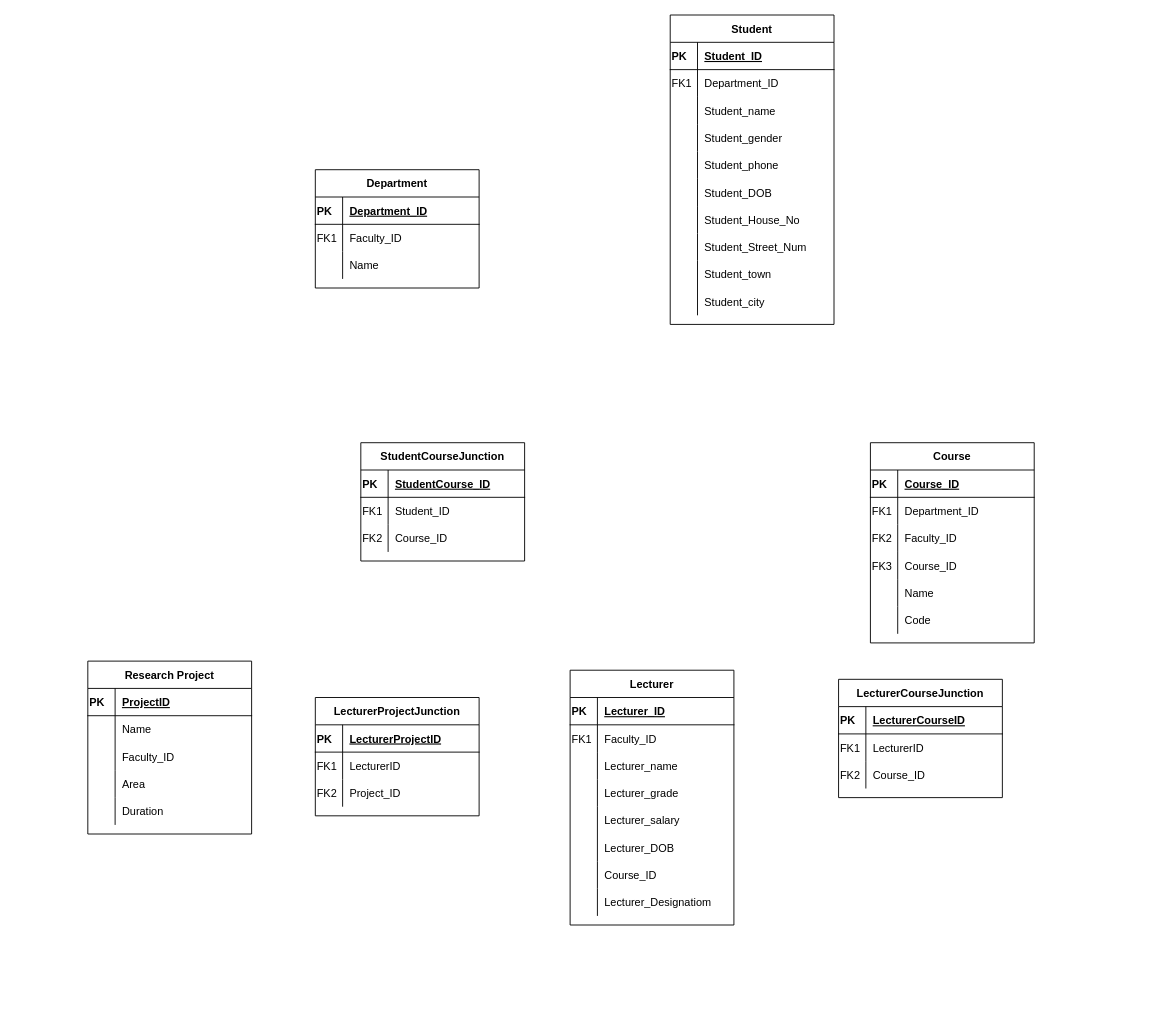
Before: page "Daily_Challenge" (4 of 4) of mysej.drawio in ahmadanwar93/SET-day-22, a draw.io diagram. Source tidied: cells renumbered, new cells numbered last; positions are measured from the earlier drawing's top-left corner, leaving out a move shared by most shapes. Both pictures are drawn from the tidied source at 91%, with x=0, y=0 at pixel (87, 15).
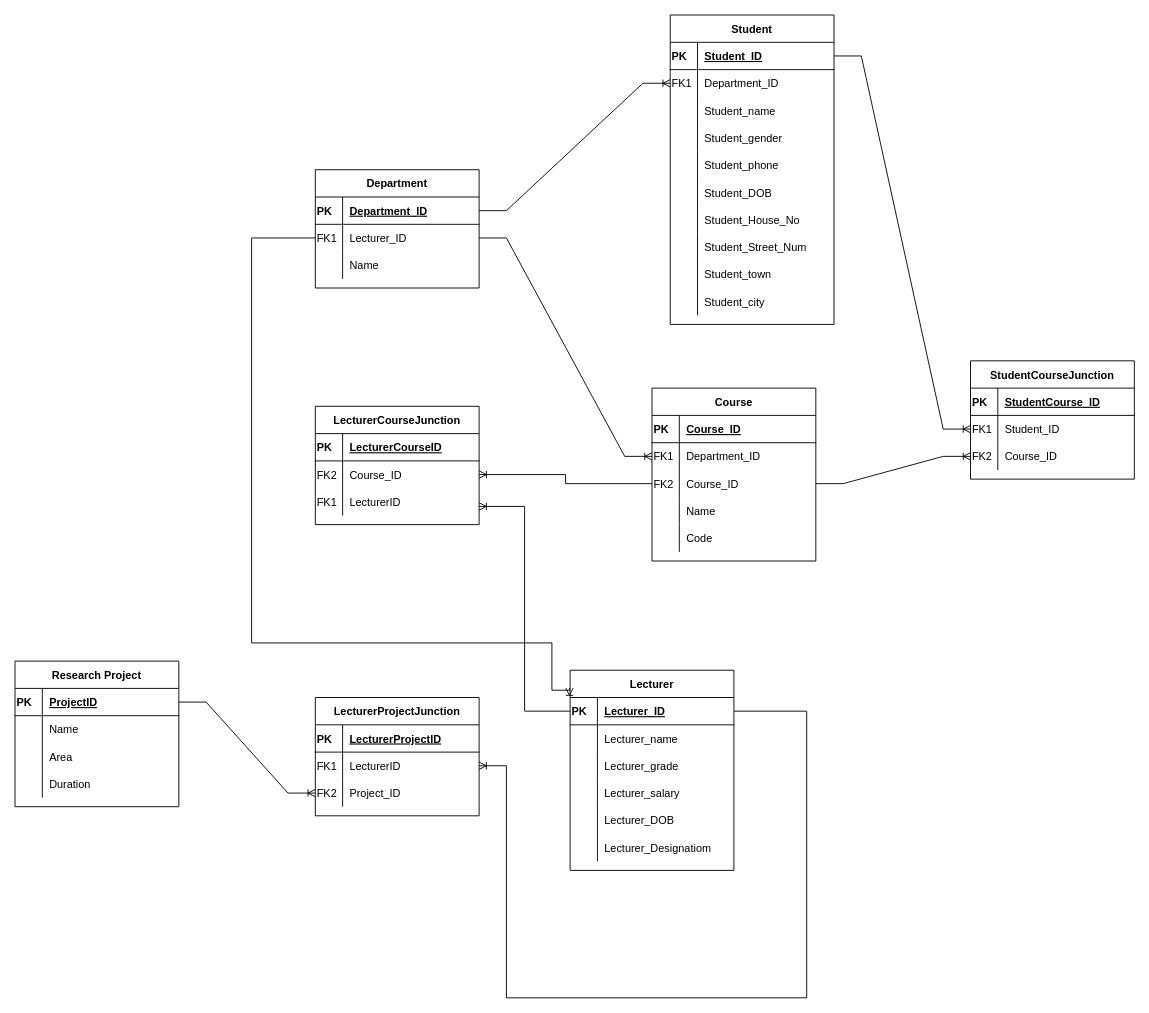
The same diagram, later.

The change refers to these unchanged cells:
```xml
<mxCell id="3" style="shape=partialRectangle;fillColor=none;top=0;left=0;bottom=1;right=0;points=[[0,0.5],[1,0.5]];portConstraint=eastwest;align=left;" parent="2" vertex="1">
  <mxGeometry y="30" width="180" height="30" as="geometry" />
</mxCell>
<mxCell id="6" style="shape=partialRectangle;fillColor=none;top=0;left=0;bottom=0;right=0;points=[[0,0.5],[1,0.5]];portConstraint=eastwest;align=left;" parent="2" vertex="1">
  <mxGeometry y="60" width="180" height="30" as="geometry" />
</mxCell>
<mxCell id="34" style="shape=partialRectangle;fillColor=none;top=0;left=0;bottom=1;right=0;points=[[0,0.5],[1,0.5]];portConstraint=eastwest;align=left;" parent="33" vertex="1">
  <mxGeometry y="30" width="180" height="30" as="geometry" />
</mxCell>
<mxCell id="37" style="shape=partialRectangle;fillColor=none;top=0;left=0;bottom=0;right=0;points=[[0,0.5],[1,0.5]];portConstraint=eastwest;align=left;" parent="33" vertex="1">
  <mxGeometry y="60" width="180" height="30" as="geometry" />
</mxCell>
<mxCell id="47" style="shape=partialRectangle;fillColor=none;top=0;left=0;bottom=0;right=0;points=[[0,0.5],[1,0.5]];portConstraint=eastwest;align=left;" parent="43" vertex="1">
  <mxGeometry y="60" width="180" height="30" as="geometry" />
</mxCell>
<mxCell id="66" style="shape=partialRectangle;fillColor=none;top=0;left=0;bottom=0;right=0;points=[[0,0.5],[1,0.5]];portConstraint=eastwest;align=left;" parent="62" vertex="1">
  <mxGeometry y="60" width="180" height="30" as="geometry" />
</mxCell>
<mxCell id="69" style="shape=partialRectangle;fillColor=none;top=0;left=0;bottom=0;right=0;points=[[0,0.5],[1,0.5]];portConstraint=eastwest;align=left;" parent="62" vertex="1">
  <mxGeometry y="90" width="180" height="30" as="geometry" />
</mxCell>
<mxCell id="73" style="shape=partialRectangle;fillColor=none;top=0;left=0;bottom=1;right=0;points=[[0,0.5],[1,0.5]];portConstraint=eastwest;align=left;" parent="72" vertex="1">
  <mxGeometry y="30" width="180" height="30" as="geometry" />
</mxCell>
<mxCell id="98" style="shape=partialRectangle;fillColor=none;top=0;left=0;bottom=1;right=0;points=[[0,0.5],[1,0.5]];portConstraint=eastwest;align=left;" parent="97" vertex="1">
  <mxGeometry y="30" width="180" height="30" as="geometry" />
</mxCell>
<mxCell id="127" style="shape=partialRectangle;fillColor=none;top=0;left=0;bottom=0;right=0;points=[[0,0.5],[1,0.5]];portConstraint=eastwest;align=left;" parent="123" vertex="1">
  <mxGeometry y="60" width="180" height="30" as="geometry" />
</mxCell>
<mxCell id="130" style="shape=partialRectangle;fillColor=none;top=0;left=0;bottom=0;right=0;points=[[0,0.5],[1,0.5]];portConstraint=eastwest;align=left;" parent="123" vertex="1">
  <mxGeometry y="90" width="180" height="30" as="geometry" />
</mxCell>
```

What changed in the source:
```diff
@@
-    <mxCell id="39" value="Faculty_ID" style="shape=partialRectangle;fillColor=none;top=0;left=0;bottom=0;right=0;align=left;spacingLeft=6;overflow=hidden;" parent="37" vertex="1">
+    <mxCell id="39" value="Lecturer_ID" style="shape=partialRectangle;fillColor=none;top=0;left=0;bottom=0;right=0;align=left;spacingLeft=6;overflow=hidden;" parent="37" vertex="1">
       <mxGeometry x="30" width="150" height="30" as="geometry" />
     </mxCell>
@@
     <mxCell id="43" value="Course" style="shape=table;startSize=30;childLayout=tableLayout;rowLines=0;fontStyle=1;align=center;" parent="1" vertex="1">
-      <mxGeometry x="860" y="470" width="180" height="220" as="geometry" />
+      <mxGeometry x="620" y="410" width="180" height="190" as="geometry" />
     </mxCell>
@@
-    <mxCell id="50" style="shape=partialRectangle;fillColor=none;top=0;left=0;bottom=0;right=0;align=left;" parent="43" vertex="1">
-      <mxGeometry y="90" width="180" height="30" as="geometry" />
-    </mxCell>
-    <mxCell id="51" value="FK2" style="shape=partialRectangle;fillColor=none;top=0;left=0;bottom=0;right=0;overflow=hidden;align=left;" parent="50" vertex="1">
-      <mxGeometry width="30" height="30" as="geometry" />
-    </mxCell>
-    <mxCell id="52" value="Faculty_ID" style="shape=partialRectangle;fillColor=none;top=0;left=0;bottom=0;right=0;align=left;spacingLeft=6;overflow=hidden;" parent="50" vertex="1">
-      <mxGeometry x="30" width="150" height="30" as="geometry" />
-    </mxCell>
     <mxCell id="53" style="shape=partialRectangle;fillColor=none;top=0;left=0;bottom=0;right=0;points=[[0,0.5],[1,0.5]];portConstraint=eastwest;align=left;" parent="43" vertex="1">
-      <mxGeometry y="120" width="180" height="30" as="geometry" />
+      <mxGeometry y="90" width="180" height="30" as="geometry" />
     </mxCell>
-    <mxCell id="54" value="FK3" style="shape=partialRectangle;fillColor=none;top=0;left=0;bottom=0;right=0;overflow=hidden;align=left;" parent="53" vertex="1">
+    <mxCell id="54" value="FK2" style="shape=partialRectangle;fillColor=none;top=0;left=0;bottom=0;right=0;overflow=hidden;align=left;" parent="53" vertex="1">
       <mxGeometry width="30" height="30" as="geometry" />
     </mxCell>
@@
     <mxCell id="56" style="shape=partialRectangle;fillColor=none;top=0;left=0;bottom=0;right=0;align=left;" parent="43" vertex="1">
-      <mxGeometry y="150" width="180" height="30" as="geometry" />
+      <mxGeometry y="120" width="180" height="30" as="geometry" />
     </mxCell>
@@
     <mxCell id="59" style="shape=partialRectangle;fillColor=none;top=0;left=0;bottom=0;right=0;align=left;" parent="43" vertex="1">
-      <mxGeometry y="180" width="180" height="30" as="geometry" />
+      <mxGeometry y="150" width="180" height="30" as="geometry" />
     </mxCell>
@@
     <mxCell id="62" value="StudentCourseJunction" style="shape=table;startSize=30;childLayout=tableLayout;rowLines=0;fontStyle=1;align=center;" parent="1" vertex="1">
-      <mxGeometry x="300" y="470" width="180" height="130" as="geometry" />
+      <mxGeometry x="970" y="380" width="180" height="130" as="geometry" />
     </mxCell>
@@
     <mxCell id="72" value="Lecturer" style="shape=table;startSize=30;childLayout=tableLayout;rowLines=0;fontStyle=1;align=center;" parent="1" vertex="1">
-      <mxGeometry x="530" y="720" width="180" height="280" as="geometry" />
+      <mxGeometry x="530" y="720" width="180" height="220" as="geometry" />
     </mxCell>
@@
-    <mxCell id="76" style="shape=partialRectangle;fillColor=none;top=0;left=0;bottom=0;right=0;align=left;" parent="72" vertex="1">
-      <mxGeometry y="60" width="180" height="30" as="geometry" />
-    </mxCell>
-    <mxCell id="77" value="FK1" style="shape=partialRectangle;fillColor=none;top=0;left=0;bottom=0;right=0;overflow=hidden;align=left;" parent="76" vertex="1">
-      <mxGeometry width="30" height="30" as="geometry" />
-    </mxCell>
-    <mxCell id="78" value="Faculty_ID" style="shape=partialRectangle;fillColor=none;top=0;left=0;bottom=0;right=0;align=left;spacingLeft=6;overflow=hidden;" parent="76" vertex="1">
-      <mxGeometry x="30" width="150" height="30" as="geometry" />
-    </mxCell>
     <mxCell id="79" style="shape=partialRectangle;fillColor=none;top=0;left=0;bottom=0;right=0;align=left;" parent="72" vertex="1">
-      <mxGeometry y="90" width="180" height="30" as="geometry" />
+      <mxGeometry y="60" width="180" height="30" as="geometry" />
     </mxCell>
@@
     <mxCell id="82" style="shape=partialRectangle;fillColor=none;top=0;left=0;bottom=0;right=0;align=left;" parent="72" vertex="1">
-      <mxGeometry y="120" width="180" height="30" as="geometry" />
+      <mxGeometry y="90" width="180" height="30" as="geometry" />
     </mxCell>
@@
     <mxCell id="85" style="shape=partialRectangle;fillColor=none;top=0;left=0;bottom=0;right=0;align=left;" parent="72" vertex="1">
-      <mxGeometry y="150" width="180" height="30" as="geometry" />
+      <mxGeometry y="120" width="180" height="30" as="geometry" />
     </mxCell>
@@
     <mxCell id="88" style="shape=partialRectangle;fillColor=none;top=0;left=0;bottom=0;right=0;align=left;" parent="72" vertex="1">
-      <mxGeometry y="180" width="180" height="30" as="geometry" />
+      <mxGeometry y="150" width="180" height="30" as="geometry" />
     </mxCell>
@@
-    <mxCell id="91" style="shape=partialRectangle;fillColor=none;top=0;left=0;bottom=0;right=0;align=left;" parent="72" vertex="1">
-      <mxGeometry y="210" width="180" height="30" as="geometry" />
-    </mxCell>
-    <mxCell id="92" style="shape=partialRectangle;fillColor=none;top=0;left=0;bottom=0;right=0;overflow=hidden;align=left;" parent="91" vertex="1">
-      <mxGeometry width="30" height="30" as="geometry" />
-    </mxCell>
-    <mxCell id="93" value="Course_ID" style="shape=partialRectangle;fillColor=none;top=0;left=0;bottom=0;right=0;align=left;spacingLeft=6;overflow=hidden;" parent="91" vertex="1">
-      <mxGeometry x="30" width="150" height="30" as="geometry" />
-    </mxCell>
     <mxCell id="94" style="shape=partialRectangle;fillColor=none;top=0;left=0;bottom=0;right=0;align=left;" parent="72" vertex="1">
-      <mxGeometry y="240" width="180" height="30" as="geometry" />
+      <mxGeometry y="180" width="180" height="30" as="geometry" />
     </mxCell>
@@
     <mxCell id="97" value="Research Project" style="shape=table;startSize=30;childLayout=tableLayout;rowLines=0;fontStyle=1;align=center;" parent="1" vertex="1">
-      <mxGeometry y="710" width="180" height="190" as="geometry" />
+      <mxGeometry x="-80" y="710" width="180" height="160" as="geometry" />
     </mxCell>
@@
-    <mxCell id="104" style="shape=partialRectangle;fillColor=none;top=0;left=0;bottom=0;right=0;align=left;" parent="97" vertex="1">
-      <mxGeometry y="90" width="180" height="30" as="geometry" />
-    </mxCell>
-    <mxCell id="105" style="shape=partialRectangle;fillColor=none;top=0;left=0;bottom=0;right=0;overflow=hidden;align=left;" parent="104" vertex="1">
-      <mxGeometry width="30" height="30" as="geometry" />
-    </mxCell>
-    <mxCell id="106" value="Faculty_ID" style="shape=partialRectangle;fillColor=none;top=0;left=0;bottom=0;right=0;align=left;spacingLeft=6;overflow=hidden;" parent="104" vertex="1">
-      <mxGeometry x="30" width="150" height="30" as="geometry" />
-    </mxCell>
     <mxCell id="107" style="shape=partialRectangle;fillColor=none;top=0;left=0;bottom=0;right=0;align=left;" parent="97" vertex="1">
-      <mxGeometry y="120" width="180" height="30" as="geometry" />
+      <mxGeometry y="90" width="180" height="30" as="geometry" />
     </mxCell>
@@
     <mxCell id="110" style="shape=partialRectangle;fillColor=none;top=0;left=0;bottom=0;right=0;align=left;" parent="97" vertex="1">
-      <mxGeometry y="150" width="180" height="30" as="geometry" />
+      <mxGeometry y="120" width="180" height="30" as="geometry" />
     </mxCell>
@@
     <mxCell id="113" value="LecturerCourseJunction" style="shape=table;startSize=30;childLayout=tableLayout;rowLines=0;fontStyle=1;align=center;" parent="1" vertex="1">
-      <mxGeometry x="825" y="730" width="180" height="130" as="geometry" />
+      <mxGeometry x="250" y="430" width="180" height="130" as="geometry" />
     </mxCell>
@@
+    <mxCell id="120" style="shape=partialRectangle;fillColor=none;top=0;left=0;bottom=0;right=0;points=[[0,0.5],[1,0.5]];portConstraint=eastwest;align=left;" parent="113" vertex="1">
+      <mxGeometry y="60" width="180" height="30" as="geometry" />
+    </mxCell>
+    <mxCell id="121" value="FK2" style="shape=partialRectangle;fillColor=none;top=0;left=0;bottom=0;right=0;overflow=hidden;align=left;" parent="120" vertex="1">
+      <mxGeometry width="30" height="30" as="geometry" />
+    </mxCell>
+    <mxCell id="122" value="Course_ID" style="shape=partialRectangle;fillColor=none;top=0;left=0;bottom=0;right=0;align=left;spacingLeft=6;overflow=hidden;" parent="120" vertex="1">
+      <mxGeometry x="30" width="150" height="30" as="geometry" />
+    </mxCell>
     <mxCell id="117" style="shape=partialRectangle;fillColor=none;top=0;left=0;bottom=0;right=0;points=[[0,0.5],[1,0.5]];portConstraint=eastwest;align=left;" parent="113" vertex="1">
-      <mxGeometry y="60" width="180" height="30" as="geometry" />
+      <mxGeometry y="90" width="180" height="30" as="geometry" />
     </mxCell>
@@
-    <mxCell id="120" style="shape=partialRectangle;fillColor=none;top=0;left=0;bottom=0;right=0;points=[[0,0.5],[1,0.5]];portConstraint=eastwest;align=left;" parent="113" vertex="1">
-      <mxGeometry y="90" width="180" height="30" as="geometry" />
-    </mxCell>
-    <mxCell id="121" value="FK2" style="shape=partialRectangle;fillColor=none;top=0;left=0;bottom=0;right=0;overflow=hidden;align=left;" parent="120" vertex="1">
-      <mxGeometry width="30" height="30" as="geometry" />
-    </mxCell>
-    <mxCell id="122" value="Course_ID" style="shape=partialRectangle;fillColor=none;top=0;left=0;bottom=0;right=0;align=left;spacingLeft=6;overflow=hidden;" parent="120" vertex="1">
-      <mxGeometry x="30" width="150" height="30" as="geometry" />
-    </mxCell>
@@
+    <mxCell id="133" style="edgeStyle=entityRelationEdgeStyle;fontSize=12;html=1;endArrow=ERoneToMany;rounded=0;exitX=1;exitY=0.5;exitDx=0;exitDy=0;entryX=0;entryY=0.5;entryDx=0;entryDy=0;" parent="1" edge="1" source="34" target="6">
+      <mxGeometry relative="1" as="geometry" />
+    </mxCell>
+    <mxCell id="134" style="edgeStyle=entityRelationEdgeStyle;fontSize=12;html=1;endArrow=ERoneToMany;rounded=0;exitX=1;exitY=0.5;exitDx=0;exitDy=0;entryX=0;entryY=0.5;entryDx=0;entryDy=0;" parent="1" edge="1" source="37" target="47">
+      <mxGeometry relative="1" as="geometry" />
+    </mxCell>
+    <mxCell id="135" style="edgeStyle=entityRelationEdgeStyle;fontSize=12;html=1;endArrow=ERoneToMany;rounded=0;exitX=1;exitY=0.5;exitDx=0;exitDy=0;entryX=0;entryY=0.5;entryDx=0;entryDy=0;" parent="1" edge="1" source="3" target="66">
+      <mxGeometry relative="1" as="geometry" />
+    </mxCell>
+    <mxCell id="136" style="edgeStyle=entityRelationEdgeStyle;fontSize=12;html=1;endArrow=ERoneToMany;rounded=0;entryX=0;entryY=0.5;entryDx=0;entryDy=0;exitX=1;exitY=0.5;exitDx=0;exitDy=0;" parent="1" edge="1" source="53" target="69">
+      <mxGeometry relative="1" as="geometry" />
+    </mxCell>
+    <mxCell id="137" style="edgeStyle=elbowEdgeStyle;fontSize=12;html=1;endArrow=ERoneToMany;rounded=0;exitX=0;exitY=0.5;exitDx=0;exitDy=0;entryX=1;entryY=0.5;entryDx=0;entryDy=0;" parent="1" edge="1" source="53" target="120">
+      <mxGeometry relative="1" as="geometry" />
+    </mxCell>
+    <mxCell id="138" style="edgeStyle=elbowEdgeStyle;fontSize=12;html=1;endArrow=ERoneToMany;rounded=0;exitX=0;exitY=0.5;exitDx=0;exitDy=0;entryX=1;entryY=0.667;entryDx=0;entryDy=0;entryPerimeter=0;" parent="1" edge="1" source="73" target="117">
+      <mxGeometry relative="1" as="geometry" />
+    </mxCell>
+    <mxCell id="139" style="edgeStyle=orthogonalEdgeStyle;fontSize=12;html=1;endArrow=ERoneToMany;rounded=0;entryX=1;entryY=0.5;entryDx=0;entryDy=0;exitX=1;exitY=0.5;exitDx=0;exitDy=0;elbow=vertical;" parent="1" edge="1" source="73" target="127">
+      <mxGeometry relative="1" as="geometry">
+        <Array as="points">
+          <mxPoint x="790" y="765" />
+          <mxPoint x="790" y="1080" />
+          <mxPoint x="460" y="1080" />
+          <mxPoint x="460" y="825" />
+        </Array>
+      </mxGeometry>
+    </mxCell>
+    <mxCell id="140" style="edgeStyle=entityRelationEdgeStyle;fontSize=12;html=1;endArrow=ERoneToMany;rounded=0;elbow=vertical;entryX=0;entryY=0.5;entryDx=0;entryDy=0;exitX=1;exitY=0.5;exitDx=0;exitDy=0;" parent="1" edge="1" source="98" target="130">
+      <mxGeometry relative="1" as="geometry" />
+    </mxCell>
+    <mxCell id="141" style="edgeStyle=orthogonalEdgeStyle;fontSize=12;html=1;endArrow=ERoneToMany;rounded=0;exitX=0;exitY=0.5;exitDx=0;exitDy=0;entryX=-0.004;entryY=0.089;entryDx=0;entryDy=0;entryPerimeter=0;" parent="1" edge="1" source="37" target="72">
+      <mxGeometry relative="1" as="geometry">
+        <Array as="points">
+          <mxPoint x="180" y="245" />
+          <mxPoint x="180" y="690" />
+          <mxPoint x="510" y="690" />
+          <mxPoint x="510" y="742" />
+        </Array>
+      </mxGeometry>
+    </mxCell>
```
